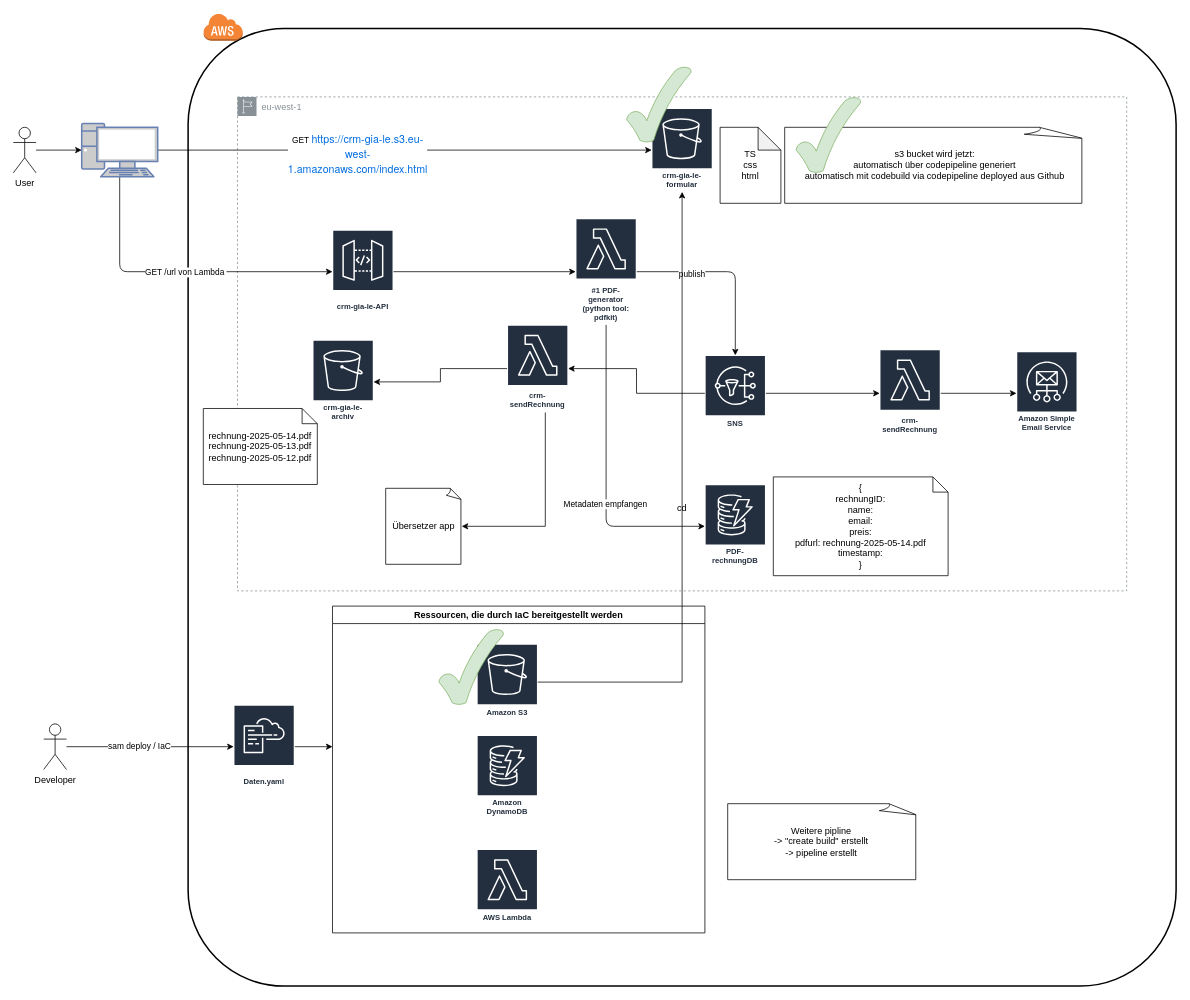
The draw.io diagram crm-gia-le.drawio in LeGia179/AWS_CRM, before the edit. Source tidied: cells renumbered, new cells numbered last; positions are measured from the earlier drawing's top-left corner, leaving out a move shared by most shapes. Both pictures are drawn from the tidied source at 76%, with x=0, y=0 at pixel (13, 13).
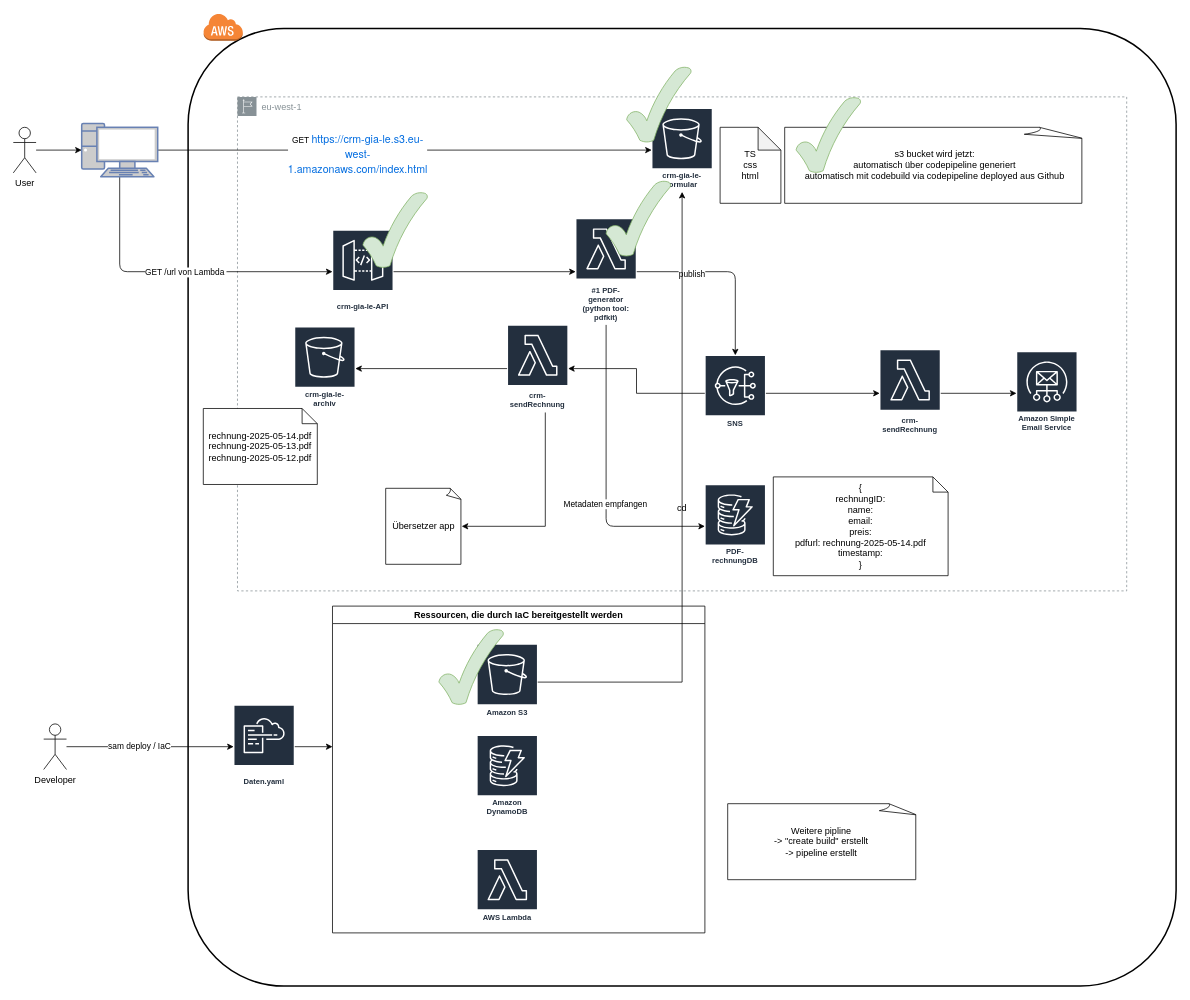
Above is the later version.

Change to the diagram source:
```diff
@@
     <mxCell id="13" value="crm-gia-le-archiv" style="sketch=0;outlineConnect=0;fontColor=#232F3E;gradientColor=none;strokeColor=#ffffff;fillColor=#232F3E;dashed=0;verticalLabelPosition=middle;verticalAlign=bottom;align=center;html=1;whiteSpace=wrap;fontSize=10;fontStyle=1;spacing=3;shape=mxgraph.aws4.productIcon;prIcon=mxgraph.aws4.s3;" parent="1" vertex="1">
-      <mxGeometry x="394" y="430" width="80" height="110" as="geometry" />
+      <mxGeometry x="370" y="412.5" width="80" height="110" as="geometry" />
     </mxCell>
@@
+    <mxCell id="50" style="verticalLabelPosition=bottom;verticalAlign=top;html=1;shape=mxgraph.basic.tick;fillColor=#d5e8d4;strokeColor=#82b366;" parent="1" vertex="1">
+      <mxGeometry x="460" y="235" width="85" height="100" as="geometry" />
+    </mxCell>
+    <mxCell id="51" style="verticalLabelPosition=bottom;verticalAlign=top;html=1;shape=mxgraph.basic.tick;fillColor=#d5e8d4;strokeColor=#82b366;" parent="1" vertex="1">
+      <mxGeometry x="780" y="220" width="85" height="100" as="geometry" />
+    </mxCell>
```
